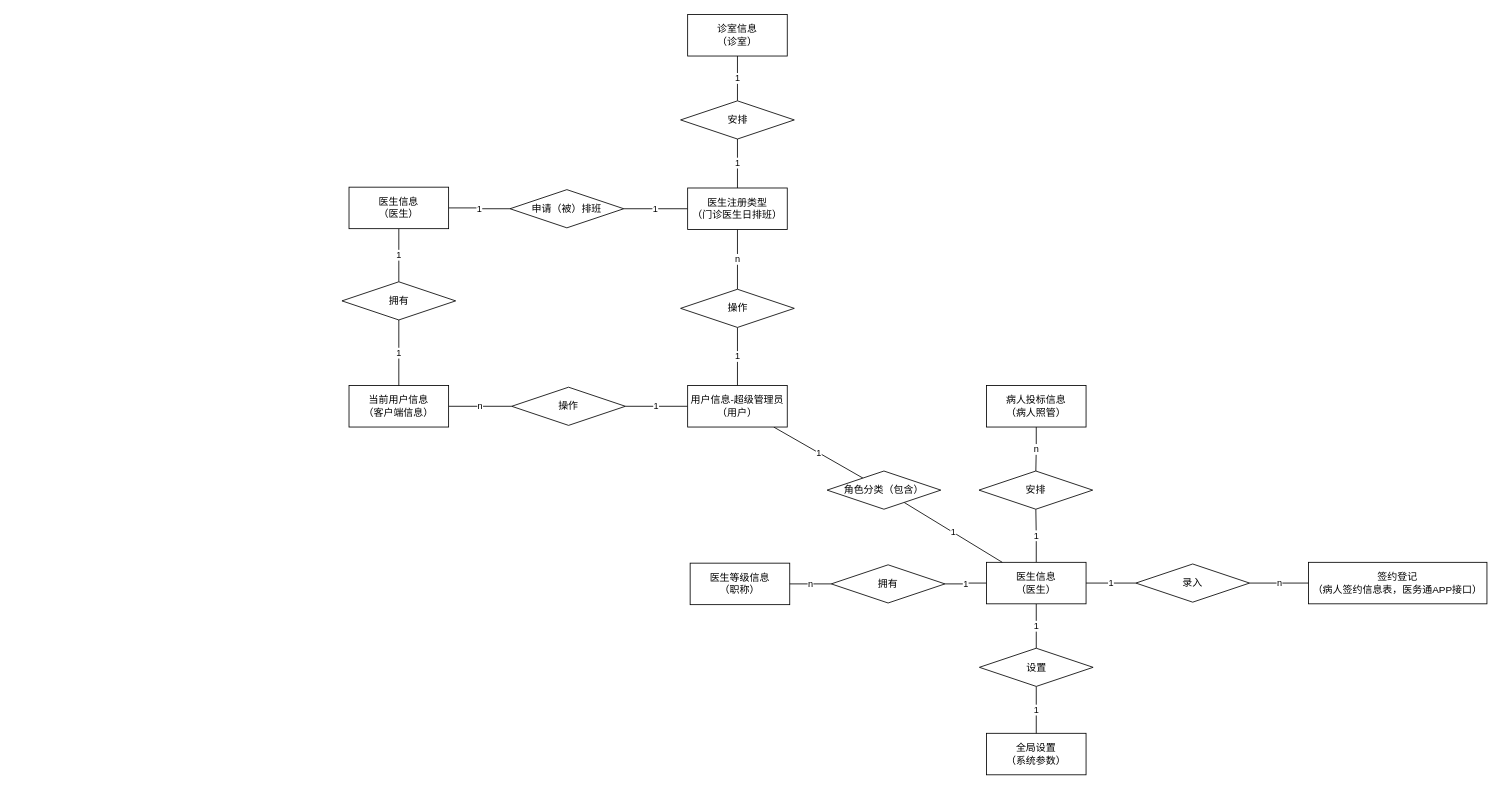
The draw.io diagram ER病人端.drawio in uonono/ioDraw, before the edit. Source tidied: cells renumbered, new cells numbered last; positions are measured from the earlier drawing's top-left corner, leaving out a move shared by most shapes. Both pictures are drawn from the tidied source at 83%, with x=0, y=0 at pixel (341, 14).
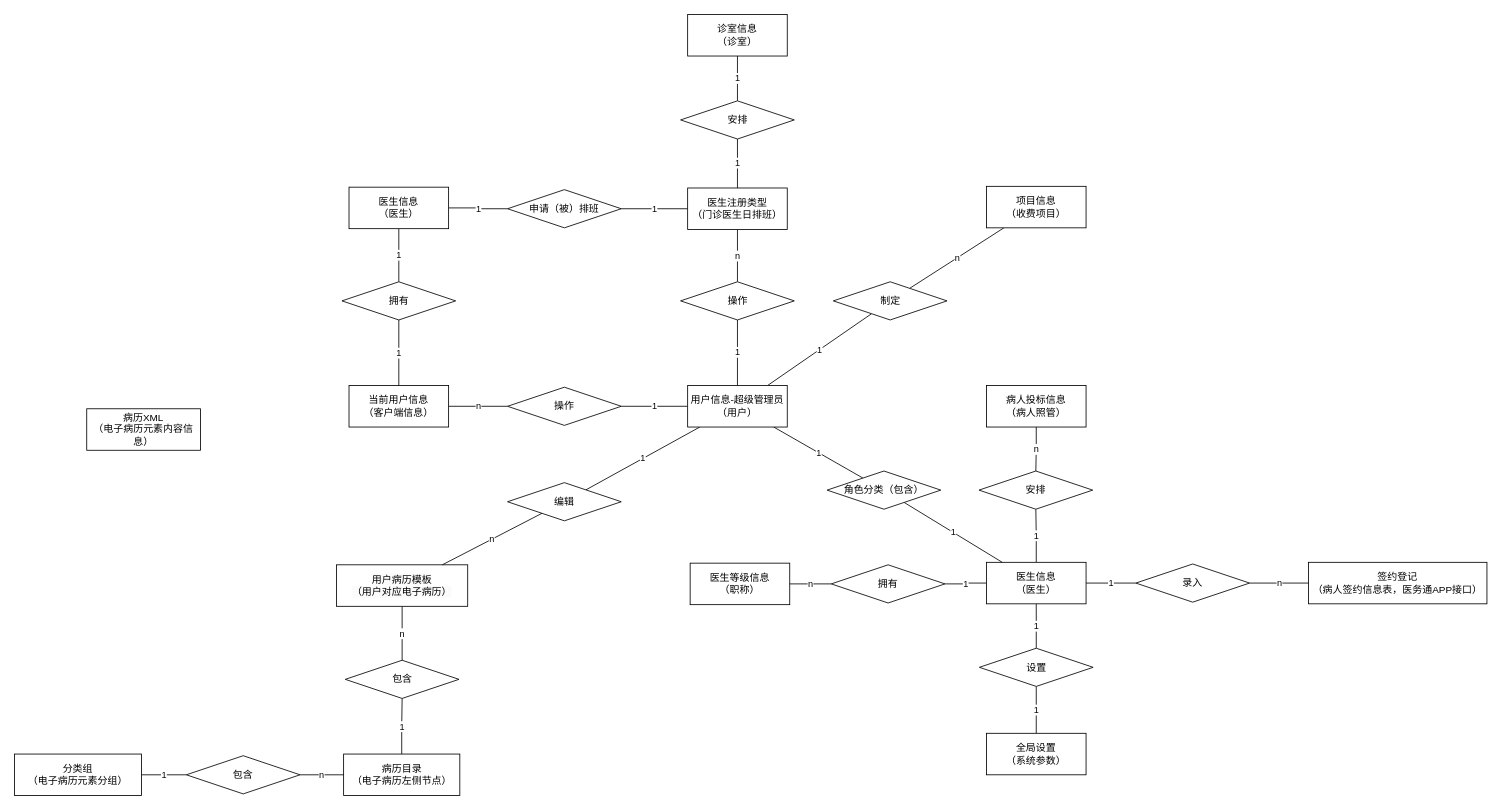
Above is the later version.

Commit message (it also covers changes not shown here):
更新ER病人端.drawio

The change refers to these unchanged cells:
```xml
<mxCell id="22" value="用户信息-超级管理员&lt;div&gt;（用户）&lt;/div&gt;" style="rounded=0;whiteSpace=wrap;html=1;" parent="1" vertex="1">
  <mxGeometry x="417" y="447" width="120" height="50" as="geometry" />
</mxCell>
```

Diff of the diagram source:
```diff
@@
+    <mxCell id="42" value="1" style="rounded=0;jettySize=auto;html=1;endArrow=none;endFill=0;" parent="1" edge="1" source="22" target="46">
+      <mxGeometry relative="1" as="geometry" />
+    </mxCell>
+    <mxCell id="43" value="1" style="rounded=0;jettySize=auto;html=1;endArrow=none;endFill=0;" parent="1" edge="1" source="22" target="50">
+      <mxGeometry relative="1" as="geometry" />
+    </mxCell>
@@
     <mxCell id="27" value="操作" style="rhombus;whiteSpace=wrap;html=1;" parent="1" vertex="1">
-      <mxGeometry x="205" y="449" width="137" height="46" as="geometry" />
+      <mxGeometry x="200" y="449" width="137" height="46" as="geometry" />
     </mxCell>
@@
     <mxCell id="37" value="操作" style="rhombus;whiteSpace=wrap;html=1;" parent="1" vertex="1">
-      <mxGeometry x="408.5" y="331" width="137" height="46" as="geometry" />
+      <mxGeometry x="408.5" y="322" width="137" height="46" as="geometry" />
     </mxCell>
     <mxCell id="38" value="申请（被）排班" style="rhombus;whiteSpace=wrap;html=1;" parent="1" vertex="1">
-      <mxGeometry x="203" y="211" width="137" height="46" as="geometry" />
+      <mxGeometry x="200" y="211" width="137" height="46" as="geometry" />
     </mxCell>
@@
+    <mxCell id="44" value="n" style="rounded=0;jettySize=auto;html=1;endArrow=none;endFill=0;" parent="1" edge="1" source="45" target="46">
+      <mxGeometry relative="1" as="geometry" />
+    </mxCell>
+    <mxCell id="45" value=" 项目信息&lt;div&gt;（收费项目）&lt;/div&gt;" style="rounded=0;whiteSpace=wrap;html=1;" parent="1" vertex="1">
+      <mxGeometry x="777" y="207" width="120" height="50" as="geometry" />
+    </mxCell>
+    <mxCell id="46" value="制定" style="rhombus;whiteSpace=wrap;html=1;" parent="1" vertex="1">
+      <mxGeometry x="592.5" y="322" width="137" height="46" as="geometry" />
+    </mxCell>
+    <mxCell id="47" value="n" style="edgeStyle=orthogonalEdgeStyle;rounded=0;jettySize=auto;html=1;endArrow=none;endFill=0;" parent="1" edge="1" source="48" target="54">
+      <mxGeometry relative="1" as="geometry" />
+    </mxCell>
+    <mxCell id="48" value="&lt;br&gt;&lt;span style=&quot;color: rgb(0, 0, 0); font-family: Helvetica; font-size: 12px; font-style: normal; font-variant-ligatures: normal; font-variant-caps: normal; font-weight: 400; letter-spacing: normal; orphans: 2; text-align: center; text-indent: 0px; text-transform: none; widows: 2; word-spacing: 0px; -webkit-text-stroke-width: 0px; white-space: normal; background-color: rgb(251, 251, 251); text-decoration-thickness: initial; text-decoration-style: initial; text-decoration-color: initial; display: inline !important; float: none;&quot;&gt;&lt;br&gt;&lt;/span&gt;&lt;div&gt;&lt;span style=&quot;color: rgb(0, 0, 0); font-family: Helvetica; font-size: 12px; font-style: normal; font-variant-ligatures: normal; font-variant-caps: normal; font-weight: 400; letter-spacing: normal; orphans: 2; text-align: center; text-indent: 0px; text-transform: none; widows: 2; word-spacing: 0px; -webkit-text-stroke-width: 0px; white-space: normal; background-color: rgb(251, 251, 251); text-decoration-thickness: initial; text-decoration-style: initial; text-decoration-color: initial; display: inline !important; float: none;&quot;&gt;用户病历模板&lt;/span&gt;&lt;div style=&quot;forced-color-adjust: none; color: rgb(0, 0, 0); font-family: Helvetica; font-size: 12px; font-style: normal; font-variant-ligatures: normal; font-variant-caps: normal; font-weight: 400; letter-spacing: normal; orphans: 2; text-align: center; text-indent: 0px; text-transform: none; widows: 2; word-spacing: 0px; -webkit-text-stroke-width: 0px; white-space: normal; background-color: rgb(251, 251, 251); text-decoration-thickness: initial; text-decoration-style: initial; text-decoration-color: initial;&quot;&gt;（用户对应电子病历）&lt;/div&gt;&lt;br&gt;&lt;br&gt;&lt;/div&gt;" style="rounded=0;whiteSpace=wrap;html=1;" parent="1" vertex="1">
+      <mxGeometry x="-6" y="663" width="158" height="50" as="geometry" />
+    </mxCell>
+    <mxCell id="49" value="n" style="rounded=0;jettySize=auto;html=1;endArrow=none;endFill=0;" parent="1" edge="1" source="50" target="48">
+      <mxGeometry relative="1" as="geometry" />
+    </mxCell>
+    <mxCell id="50" value="编辑" style="rhombus;whiteSpace=wrap;html=1;" parent="1" vertex="1">
+      <mxGeometry x="200" y="564" width="137" height="46" as="geometry" />
+    </mxCell>
+    <mxCell id="51" value="1" style="edgeStyle=orthogonalEdgeStyle;rounded=0;jettySize=auto;html=1;endArrow=none;endFill=0;" parent="1" edge="1" source="52" target="54">
+      <mxGeometry relative="1" as="geometry" />
+    </mxCell>
+    <mxCell id="52" value="病历目录&lt;div&gt;（电子病历左侧节点）&lt;/div&gt;" style="rounded=0;whiteSpace=wrap;html=1;" parent="1" vertex="1">
+      <mxGeometry x="2.5" y="891" width="140" height="50" as="geometry" />
+    </mxCell>
+    <mxCell id="53" value="病历XML&lt;br&gt;&lt;span style=&quot;background-color: initial;&quot;&gt;（电子病历元素内容信息）&lt;/span&gt;" style="rounded=0;whiteSpace=wrap;html=1;" parent="1" vertex="1">
+      <mxGeometry x="-307" y="475" width="137" height="50" as="geometry" />
+    </mxCell>
+    <mxCell id="54" value="包含" style="rhombus;whiteSpace=wrap;html=1;" parent="1" vertex="1">
+      <mxGeometry x="4.5" y="778" width="137" height="46" as="geometry" />
+    </mxCell>
+    <mxCell id="55" value="1" style="edgeStyle=orthogonalEdgeStyle;rounded=0;jettySize=auto;html=1;endArrow=none;endFill=0;" parent="1" edge="1" source="56" target="58">
+      <mxGeometry relative="1" as="geometry" />
+    </mxCell>
+    <mxCell id="56" value="分类组&lt;div&gt;（电子病历元素分组）&lt;/div&gt;" style="rounded=0;whiteSpace=wrap;html=1;" parent="1" vertex="1">
+      <mxGeometry x="-394" y="891" width="153" height="50" as="geometry" />
+    </mxCell>
+    <mxCell id="57" value="n" style="edgeStyle=orthogonalEdgeStyle;rounded=0;jettySize=auto;html=1;endArrow=none;endFill=0;" parent="1" edge="1" source="58" target="52">
+      <mxGeometry relative="1" as="geometry" />
+    </mxCell>
+    <mxCell id="58" value="包含" style="rhombus;whiteSpace=wrap;html=1;" parent="1" vertex="1">
+      <mxGeometry x="-187" y="893" width="137" height="46" as="geometry" />
+    </mxCell>
```
